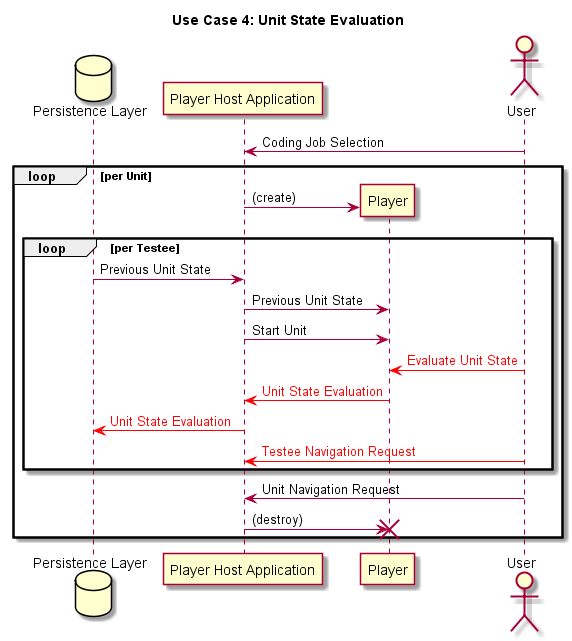
Before: model/png/usecase4.png, a diagram exported from PlantUML (verona-interfaces/player).
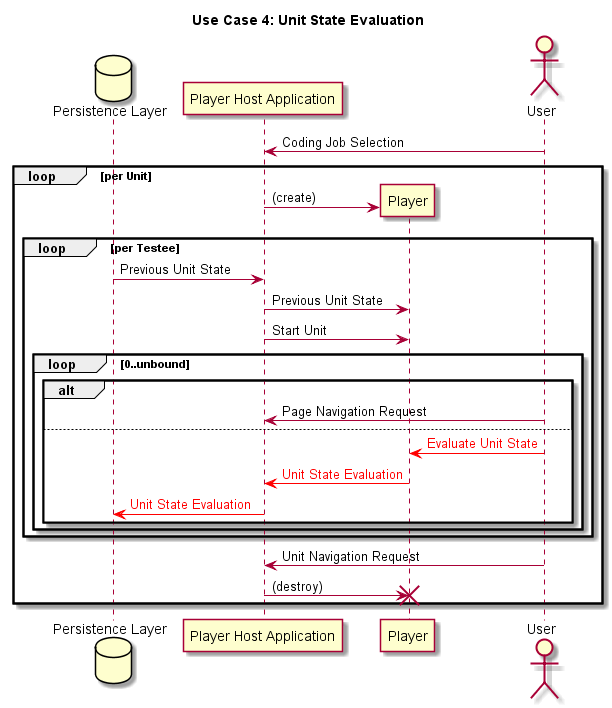
Above is the later version.

Diff of the diagram source:
```diff
@@ -12,10 +12,15 @@
         layer-> app: Previous Unit State
         app -> Player: Previous Unit State
         app -> Player: Start Unit
-        User -[#red]> Player: <font color=red>Evaluate Unit State</font>
-        Player -[#red]> app: <font color=red>Unit State Evaluation</font>
-        app -[#red]> layer: <font color=red>Unit State Evaluation</font>
-        User -[#red]> app: <font color=red>Testee Navigation Request</font>
+        loop 0..unbound
+            alt
+                User -> app: Page Navigation Request
+            else
+                User -[#red]> Player: <font color=red>Evaluate Unit State</font>
+                Player -[#red]> app: <font color=red>Unit State Evaluation</font>
+                app -[#red]> layer: <font color=red>Unit State Evaluation</font>
+            end
+        end
     end
 
     User -> app: Unit Navigation Request
```
